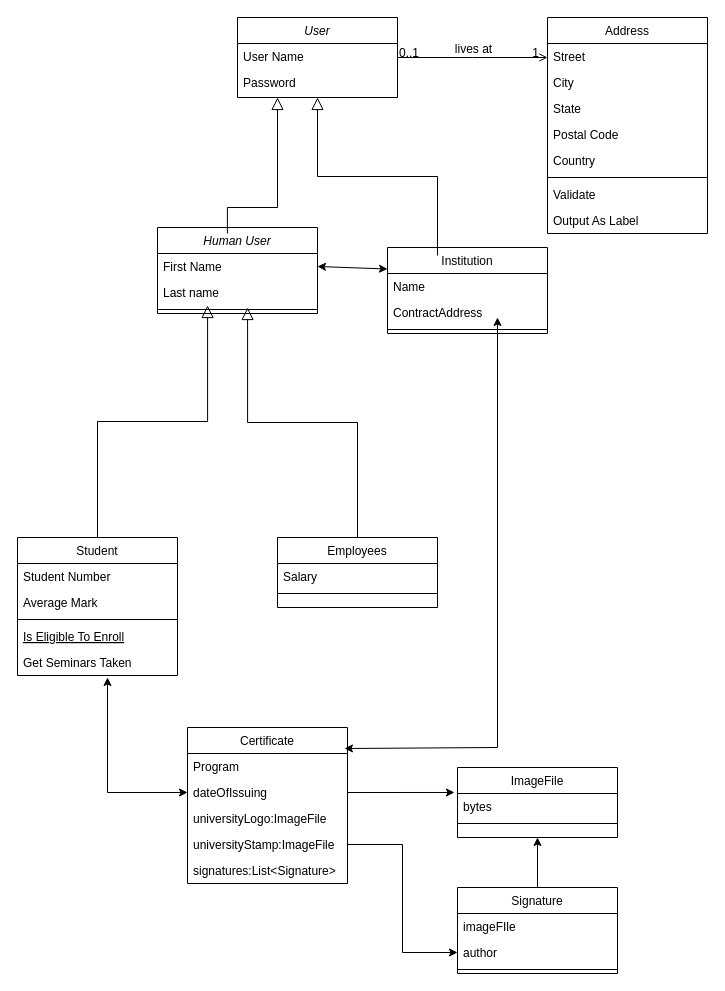
The draw.io diagram diagram.drawio in momolakeit/certChain, before the edit. Source tidied: cells renumbered, new cells numbered last; positions are measured from the earlier drawing's top-left corner, leaving out a move shared by most shapes. Both pictures are drawn from the tidied source at 100%, with x=0, y=0 at pixel (17, 17).
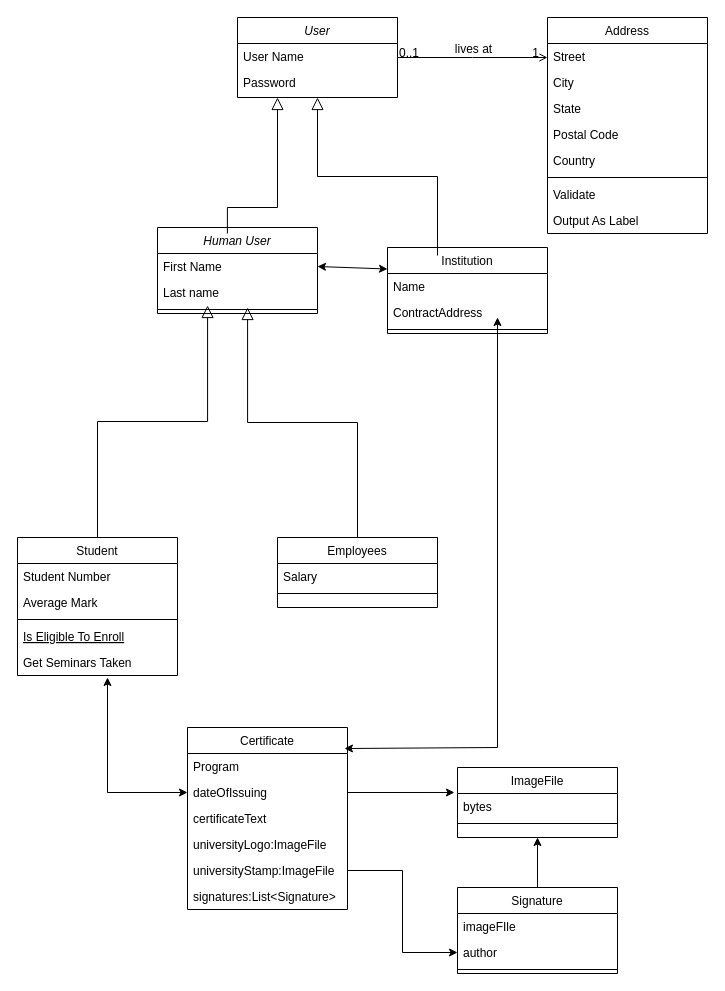
After the change.

What changed in the source:
```diff
@@
     <mxCell id="40" value="Certificate" style="swimlane;fontStyle=0;align=center;verticalAlign=top;horizontal=1;startSize=26;rounded=0;shadow=0;strokeWidth=1;" parent="1" vertex="1">
-      <mxGeometry x="170" y="710" width="160" height="156" as="geometry" />
+      <mxGeometry x="170" y="710" width="160" height="182" as="geometry" />
     </mxCell>
@@
-    <mxCell id="43" value="universityLogo:ImageFile&#10;" style="text;align=left;verticalAlign=top;spacingLeft=4;spacingRight=4;overflow=hidden;rounded=0;shadow=0;html=0;" parent="40" vertex="1">
+    <mxCell id="43" value="certificateText" style="text;align=left;verticalAlign=top;spacingLeft=4;spacingRight=4;overflow=hidden;rounded=0;shadow=0;html=0;" parent="40" vertex="1">
       <mxGeometry y="78" width="160" height="26" as="geometry" />
     </mxCell>
+    <mxCell id="58" value="universityLogo:ImageFile&#10;" style="text;align=left;verticalAlign=top;spacingLeft=4;spacingRight=4;overflow=hidden;rounded=0;shadow=0;html=0;" parent="40" vertex="1">
+      <mxGeometry y="104" width="160" height="26" as="geometry" />
+    </mxCell>
     <mxCell id="44" value="universityStamp:ImageFile" style="text;align=left;verticalAlign=top;spacingLeft=4;spacingRight=4;overflow=hidden;points=[[0,0.5],[1,0.5]];portConstraint=eastwest;rounded=0;shadow=0;html=0;" parent="40" vertex="1">
-      <mxGeometry y="104" width="160" height="26" as="geometry" />
+      <mxGeometry y="130" width="160" height="26" as="geometry" />
     </mxCell>
+    <mxCell id="55" value="signatures:List&lt;Signature&gt;" style="text;align=left;verticalAlign=top;spacingLeft=4;spacingRight=4;overflow=hidden;rounded=0;shadow=0;html=0;" parent="40" vertex="1">
+      <mxGeometry y="156" width="160" height="26" as="geometry" />
+    </mxCell>
@@
-    <mxCell id="55" value="signatures:List&lt;Signature&gt;" style="text;align=left;verticalAlign=top;spacingLeft=4;spacingRight=4;overflow=hidden;rounded=0;shadow=0;html=0;" parent="1" vertex="1">
-      <mxGeometry x="170" y="840" width="160" height="26" as="geometry" />
-    </mxCell>
```
